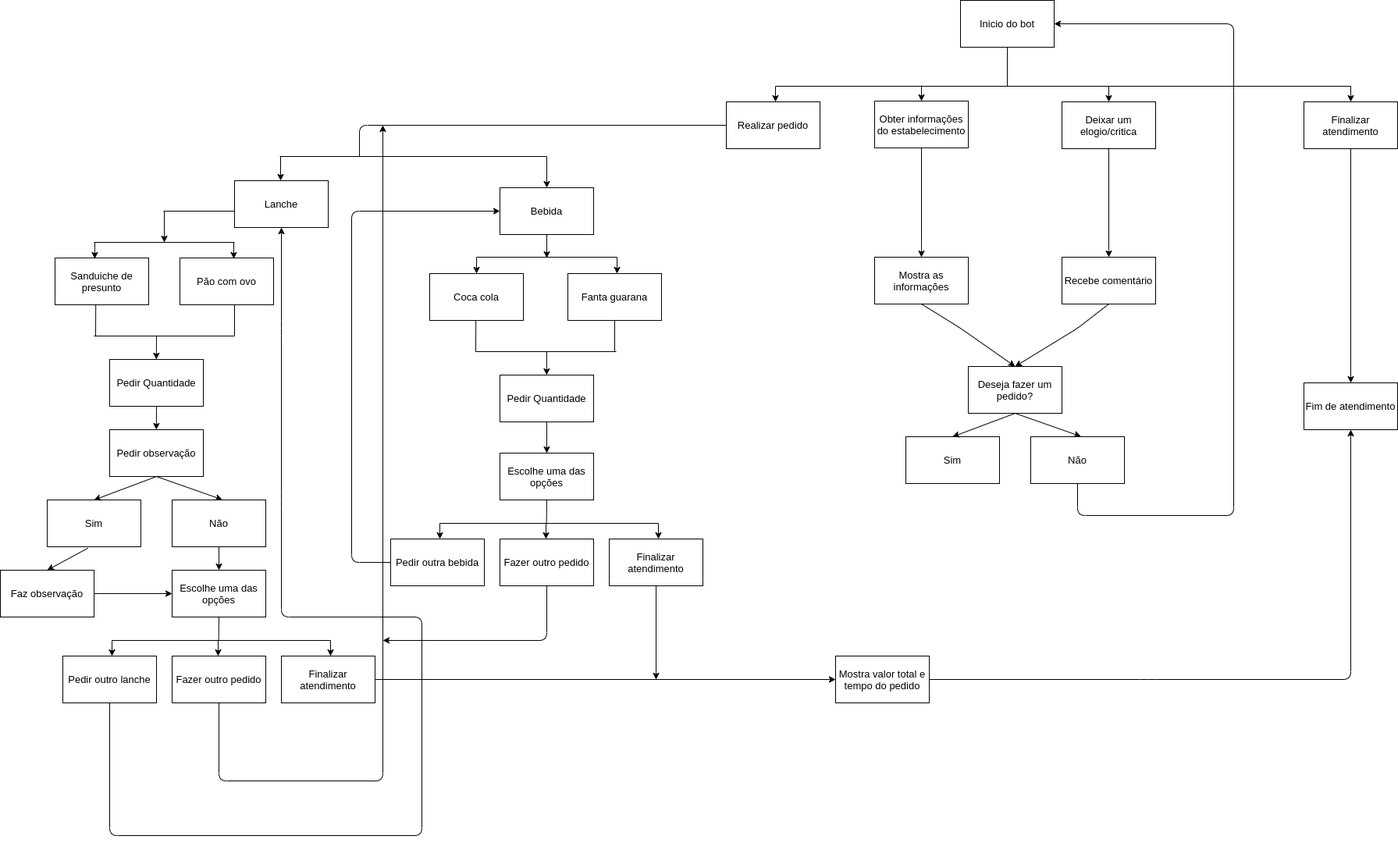
ederfmatos/BurguerBoot keeps this draw.io diagram as docs/Diagrama BurgerBot.png. Above is the earlier version. Source tidied: cells renumbered, new cells last; positions are measured from the earlier drawing's top-left corner, leaving out a move shared by most shapes.
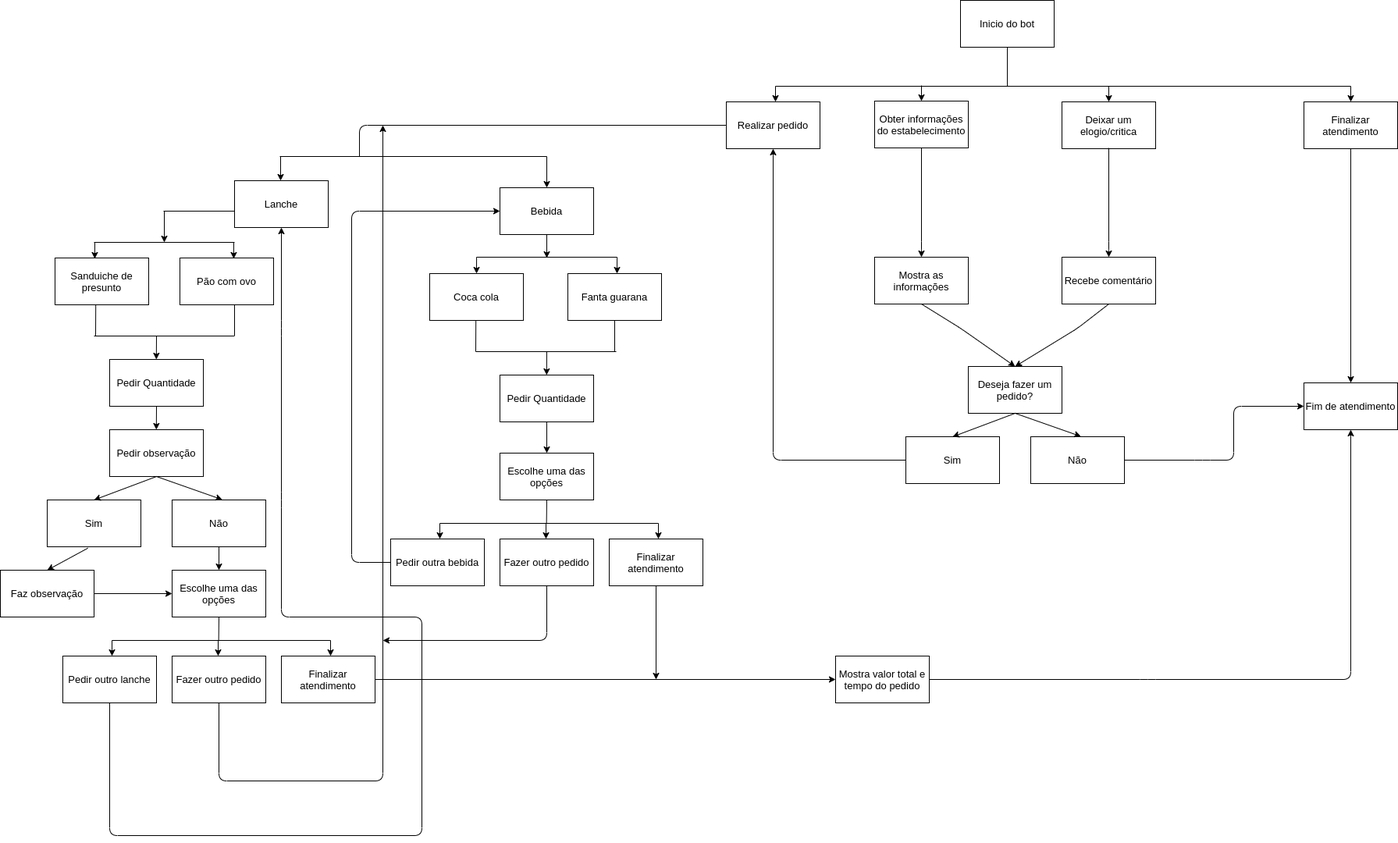
The same diagram one commit later.

Commit message:
Adicionado arquivo de gerenciamento de tempo e corrigido Diagrama

Diff of the diagram source:
```diff
@@ -318,12 +318,12 @@
     <mxCell id="68" value="Escolhe uma das opções" style="rounded=0;whiteSpace=wrap;html=1;fontSize=13;" parent="1" vertex="1">
       <mxGeometry x="640" y="580" width="120" height="60" as="geometry" />
     </mxCell>
-    <mxCell id="69" style="endArrow=classic;html=1;strokeWidth=1;fontSize=13;entryX=1;entryY=0.5;entryDx=0;entryDy=0;exitX=0.5;exitY=1;exitDx=0;exitDy=0;" parent="1" edge="1" source="84" target="2">
+    <mxCell id="69" style="endArrow=classic;html=1;strokeWidth=1;fontSize=13;exitX=1;exitY=0.5;exitDx=0;exitDy=0;entryX=0;entryY=0.5;entryDx=0;entryDy=0;" parent="1" edge="1" source="84" target="8">
       <mxGeometry relative="1" as="geometry">
         <Array as="points">
-          <mxPoint x="1380" y="660" />
-          <mxPoint x="1580" y="660" />
-          <mxPoint x="1580" y="30" />
+          <mxPoint x="1540" y="589" />
+          <mxPoint x="1580" y="589" />
+          <mxPoint x="1580" y="520" />
         </Array>
       </mxGeometry>
     </mxCell>
@@ -443,5 +443,12 @@
         </Array>
       </mxGeometry>
     </mxCell>
+    <mxCell id="93" style="endArrow=classic;html=1;exitX=0;exitY=0.5;exitDx=0;exitDy=0;entryX=0.5;entryY=1;entryDx=0;entryDy=0;" parent="1" edge="1" source="85" target="3">
+      <mxGeometry relative="1" as="geometry">
+        <Array as="points">
+          <mxPoint x="990" y="589" />
+        </Array>
+      </mxGeometry>
+    </mxCell>
   </root>
 </mxGraphModel>
```
